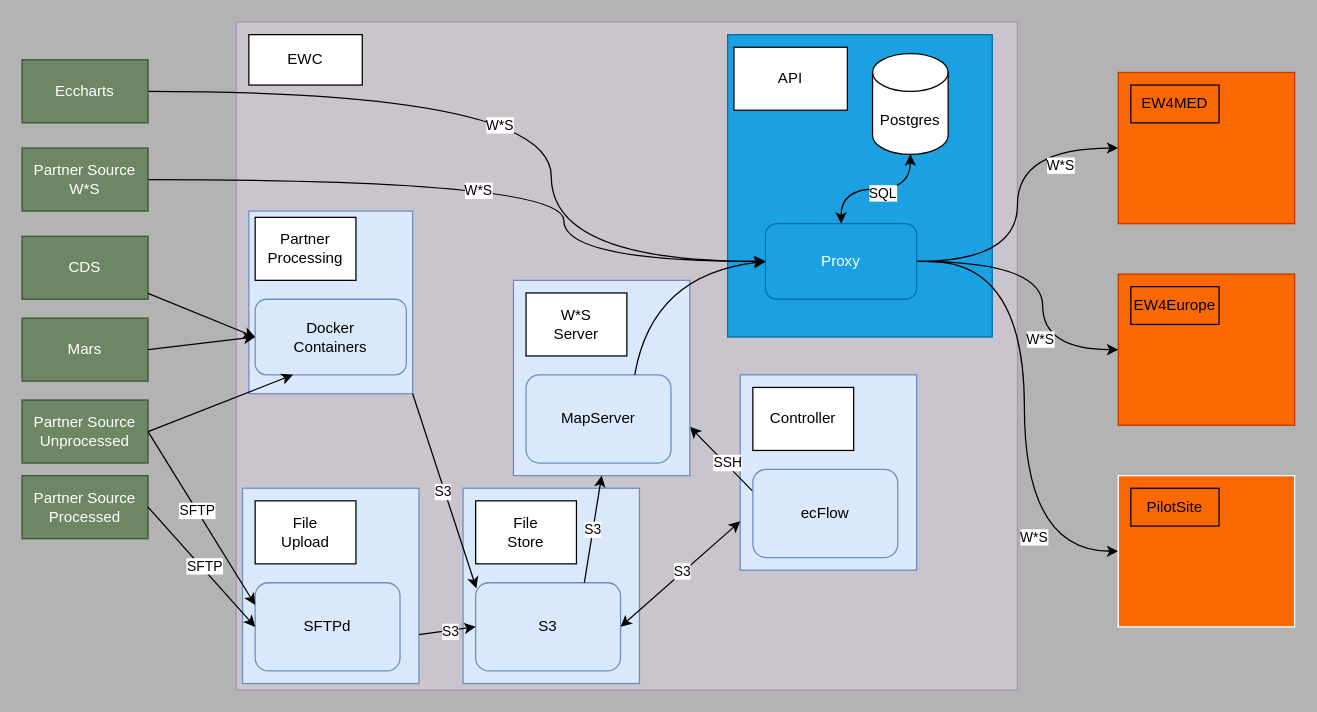
Before: gobeyond-api-tech.near-mapserver-capable.drawio in ec-snee/draw-io, a draw.io diagram. Source tidied: cells renumbered, new cells numbered last; positions are measured from the earlier drawing's top-left corner, leaving out a move shared by most shapes. Both pictures are drawn from the tidied source at 126%, with x=0, y=0 at pixel (21, 21).
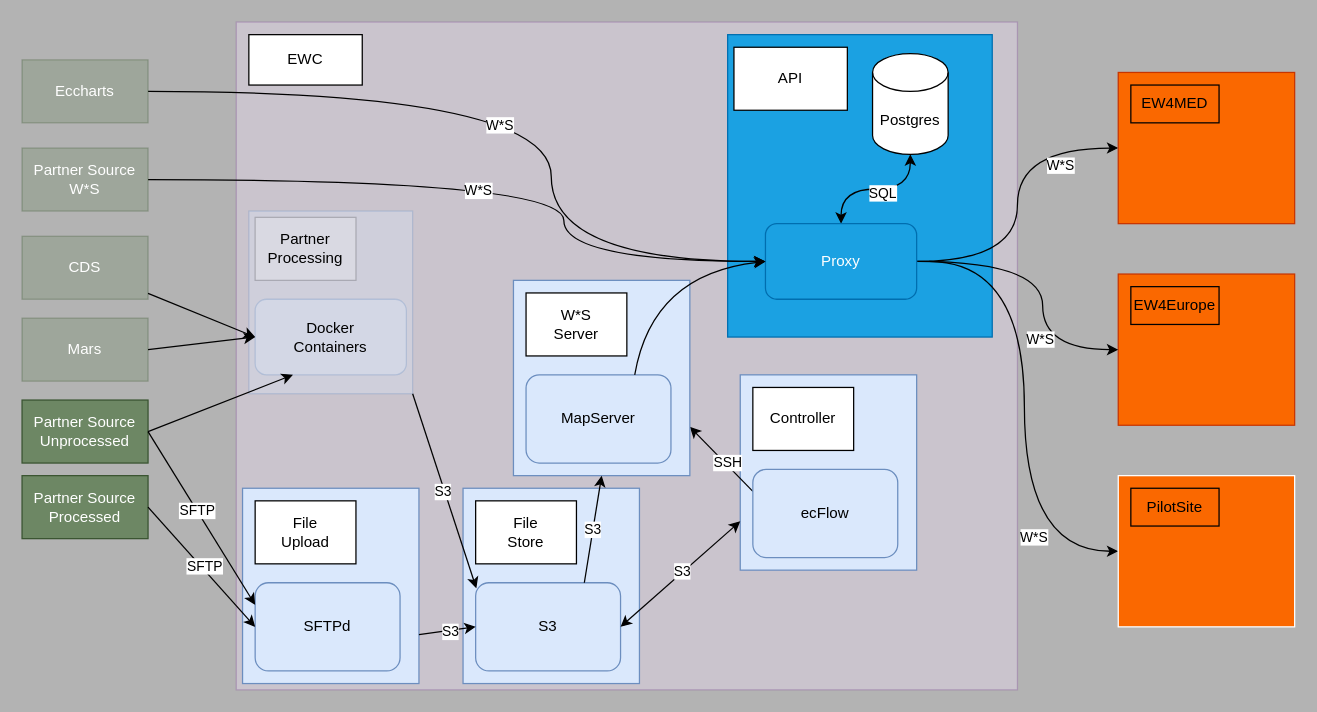
The same diagram, later.

Commit message:
Greyed out unnused paths for raw mapserver use case

Diff of the diagram source:
```diff
@@
-    <mxCell id="23" style="rounded=0;whiteSpace=wrap;html=1;fillColor=#dae8fc;strokeColor=#6c8ebf;" parent="1" vertex="1">
+    <mxCell id="23" style="rounded=0;whiteSpace=wrap;html=1;fillColor=#dae8fc;strokeColor=#6c8ebf;opacity=30;" parent="1" vertex="1">
       <mxGeometry x="180" y="150" width="130" height="145" as="geometry" />
     </mxCell>
@@
-    <mxCell id="26" value="&lt;div&gt;Docker&lt;/div&gt;&lt;div&gt;Containers&lt;/div&gt;" style="rounded=1;whiteSpace=wrap;html=1;fillColor=#dae8fc;strokeColor=#6c8ebf;" parent="1" vertex="1">
+    <mxCell id="26" value="&lt;div&gt;Docker&lt;/div&gt;&lt;div&gt;Containers&lt;/div&gt;" style="rounded=1;whiteSpace=wrap;html=1;fillColor=#dae8fc;strokeColor=#6c8ebf;opacity=30;" parent="1" vertex="1">
       <mxGeometry x="185" y="220" width="120" height="60" as="geometry" />
     </mxCell>
-    <mxCell id="27" value="CDS" style="rounded=0;whiteSpace=wrap;html=1;fillColor=#6d8764;fontColor=#ffffff;strokeColor=#3A5431;" parent="1" vertex="1">
+    <mxCell id="27" value="CDS" style="rounded=0;whiteSpace=wrap;html=1;fillColor=#6d8764;fontColor=#ffffff;strokeColor=#3A5431;opacity=30;" parent="1" vertex="1">
       <mxGeometry y="170" width="100" height="50" as="geometry" />
     </mxCell>
-    <mxCell id="28" value="Mars" style="rounded=0;whiteSpace=wrap;html=1;fillColor=#6d8764;fontColor=#ffffff;strokeColor=#3A5431;" parent="1" vertex="1">
+    <mxCell id="28" value="Mars" style="rounded=0;whiteSpace=wrap;html=1;fillColor=#6d8764;fontColor=#ffffff;strokeColor=#3A5431;opacity=30;" parent="1" vertex="1">
       <mxGeometry y="235" width="100" height="50" as="geometry" />
     </mxCell>
@@
-    <mxCell id="33" value="Partner Source&lt;br&gt;W*S" style="rounded=0;whiteSpace=wrap;html=1;fillColor=#6d8764;fontColor=#ffffff;strokeColor=#3A5431;" parent="1" vertex="1">
+    <mxCell id="33" value="Partner Source&lt;br&gt;W*S" style="rounded=0;whiteSpace=wrap;html=1;fillColor=#6d8764;fontColor=#ffffff;strokeColor=#3A5431;opacity=30;" parent="1" vertex="1">
       <mxGeometry y="100" width="100" height="50" as="geometry" />
     </mxCell>
@@
-    <mxCell id="36" value="Eccharts" style="rounded=0;whiteSpace=wrap;html=1;fillColor=#6d8764;fontColor=#ffffff;strokeColor=#3A5431;" parent="1" vertex="1">
+    <mxCell id="36" value="Eccharts" style="rounded=0;whiteSpace=wrap;html=1;fillColor=#6d8764;fontColor=#ffffff;strokeColor=#3A5431;opacity=30;" parent="1" vertex="1">
       <mxGeometry y="30" width="100" height="50" as="geometry" />
     </mxCell>
-    <mxCell id="37" value="Partner&lt;div&gt;Processing&lt;br&gt;&lt;/div&gt;" style="rounded=0;whiteSpace=wrap;html=1;" parent="1" vertex="1">
+    <mxCell id="37" value="Partner&lt;div&gt;Processing&lt;br&gt;&lt;/div&gt;" style="rounded=0;whiteSpace=wrap;html=1;opacity=20;" parent="1" vertex="1">
       <mxGeometry x="185" y="155" width="80" height="50" as="geometry" />
     </mxCell>
```
